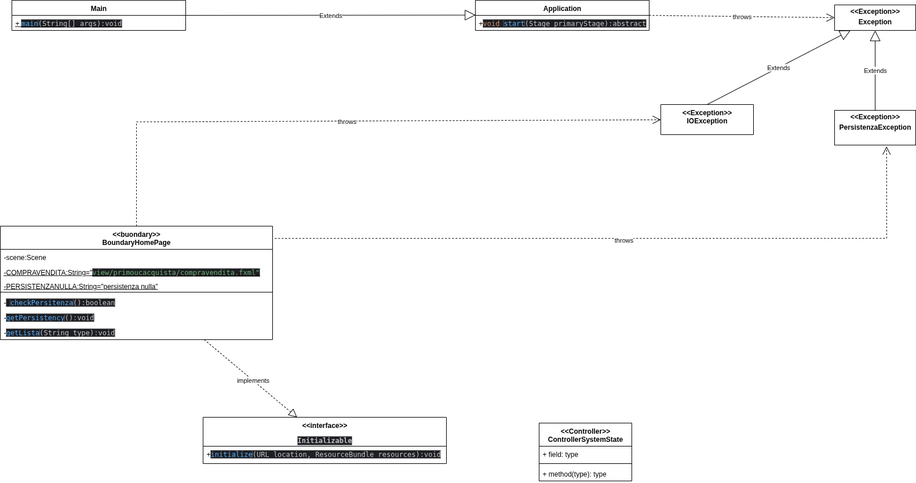
Above: VOPCVerificaDisponibilitaGiornale.drawio.png in ilciro/BookShopOnline25 (draw.io), before the change. Source tidied: cells renumbered, new cells last; positions are measured from the earlier drawing's top-left corner, leaving out a move shared by most shapes.
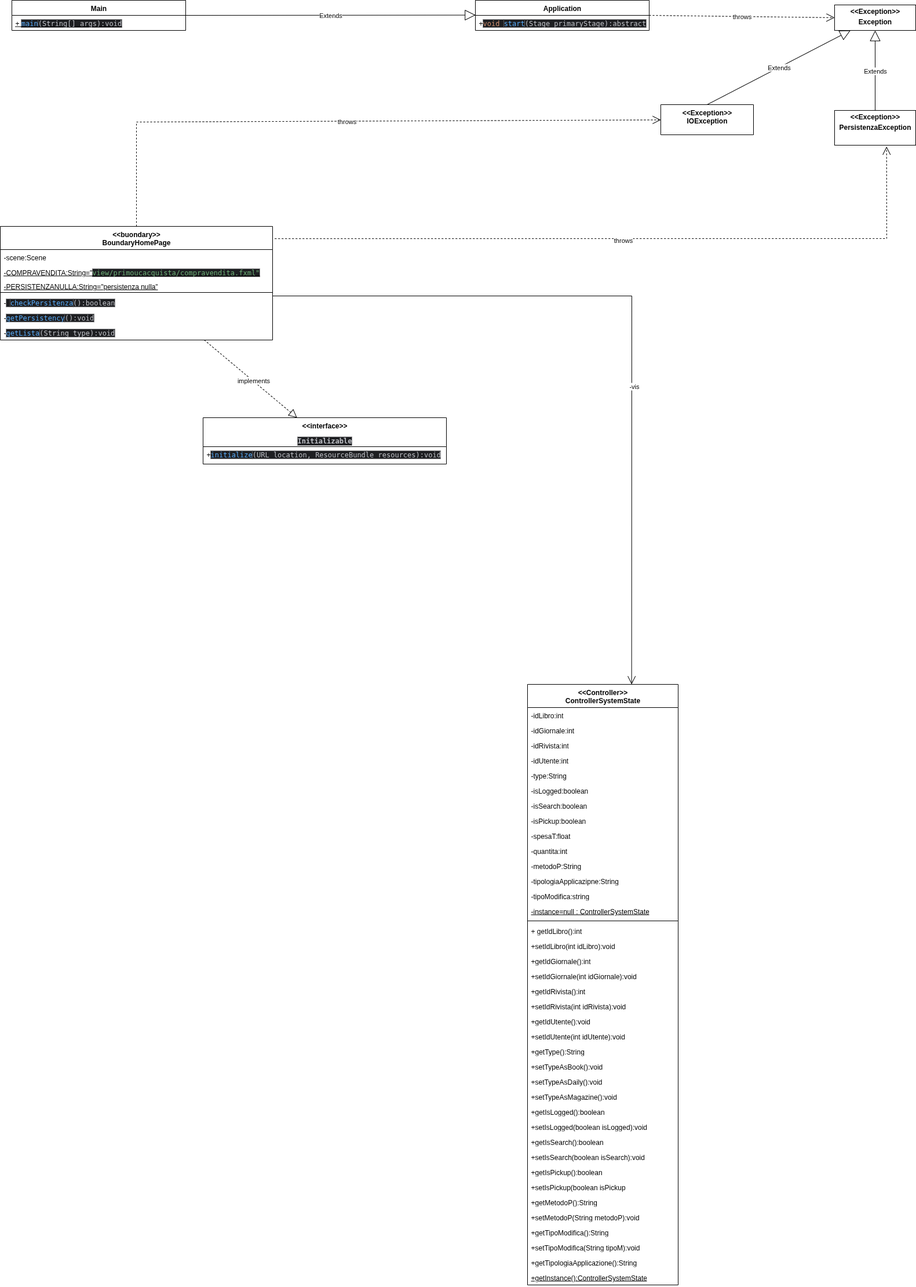
The same file after the commit.

Diff of the diagram source:
```diff
@@ -88,16 +88,135 @@
       </mxGeometry>
     </mxCell>
     <mxCell id="27" value="&amp;lt;&amp;lt;Controller&amp;gt;&amp;gt;&lt;div&gt;ControllerSystemState&lt;/div&gt;" style="swimlane;fontStyle=1;align=center;verticalAlign=top;horizontal=1;startSize=40;whiteSpace=wrap;html=1;" parent="1" vertex="1">
-      <mxGeometry x="930" y="730" width="160" height="100" as="geometry" />
+      <mxGeometry x="910" y="1180" width="260" height="1036" as="geometry" />
     </mxCell>
-    <mxCell id="28" value="+ field: type" style="text;strokeColor=none;fillColor=none;align=left;verticalAlign=top;spacingLeft=4;spacingRight=4;overflow=hidden;whiteSpace=wrap;html=1;" parent="27" vertex="1">
-      <mxGeometry y="40" width="160" height="26" as="geometry" />
+    <mxCell id="28" value="-&lt;span style=&quot;background-color: transparent; color: light-dark(rgb(0, 0, 0), rgb(255, 255, 255));&quot;&gt;idLibro:int&lt;/span&gt;&lt;div&gt;&lt;div&gt;&lt;br&gt;&lt;/div&gt;&lt;/div&gt;" style="text;strokeColor=none;fillColor=none;align=left;verticalAlign=top;spacingLeft=4;spacingRight=4;overflow=hidden;whiteSpace=wrap;html=1;" parent="27" vertex="1">
+      <mxGeometry y="40" width="260" height="26" as="geometry" />
     </mxCell>
+    <mxCell id="31" value="-idGiornale:int" style="text;strokeColor=none;fillColor=none;align=left;verticalAlign=top;spacingLeft=4;spacingRight=4;overflow=hidden;whiteSpace=wrap;html=1;" parent="27" vertex="1">
+      <mxGeometry y="66" width="260" height="26" as="geometry" />
+    </mxCell>
+    <mxCell id="32" value="-idRivista:int" style="text;strokeColor=none;fillColor=none;align=left;verticalAlign=top;spacingLeft=4;spacingRight=4;overflow=hidden;whiteSpace=wrap;html=1;" parent="27" vertex="1">
+      <mxGeometry y="92" width="260" height="26" as="geometry" />
+    </mxCell>
+    <mxCell id="33" value="-idUtente:int" style="text;strokeColor=none;fillColor=none;align=left;verticalAlign=top;spacingLeft=4;spacingRight=4;overflow=hidden;whiteSpace=wrap;html=1;" parent="27" vertex="1">
+      <mxGeometry y="118" width="260" height="26" as="geometry" />
+    </mxCell>
+    <mxCell id="34" value="-type:String&lt;div&gt;&lt;br&gt;&lt;/div&gt;" style="text;strokeColor=none;fillColor=none;align=left;verticalAlign=top;spacingLeft=4;spacingRight=4;overflow=hidden;whiteSpace=wrap;html=1;" parent="27" vertex="1">
+      <mxGeometry y="144" width="260" height="26" as="geometry" />
+    </mxCell>
+    <mxCell id="35" value="-isLogged:boolean&lt;div&gt;&lt;br&gt;&lt;/div&gt;" style="text;strokeColor=none;fillColor=none;align=left;verticalAlign=top;spacingLeft=4;spacingRight=4;overflow=hidden;whiteSpace=wrap;html=1;" parent="27" vertex="1">
+      <mxGeometry y="170" width="260" height="26" as="geometry" />
+    </mxCell>
+    <mxCell id="36" value="-isSearch:boolean" style="text;strokeColor=none;fillColor=none;align=left;verticalAlign=top;spacingLeft=4;spacingRight=4;overflow=hidden;whiteSpace=wrap;html=1;" parent="27" vertex="1">
+      <mxGeometry y="196" width="260" height="26" as="geometry" />
+    </mxCell>
+    <mxCell id="37" value="-isPickup:boolean" style="text;strokeColor=none;fillColor=none;align=left;verticalAlign=top;spacingLeft=4;spacingRight=4;overflow=hidden;whiteSpace=wrap;html=1;" parent="27" vertex="1">
+      <mxGeometry y="222" width="260" height="26" as="geometry" />
+    </mxCell>
+    <mxCell id="38" value="-spesaT:float" style="text;strokeColor=none;fillColor=none;align=left;verticalAlign=top;spacingLeft=4;spacingRight=4;overflow=hidden;whiteSpace=wrap;html=1;" parent="27" vertex="1">
+      <mxGeometry y="248" width="260" height="26" as="geometry" />
+    </mxCell>
+    <mxCell id="39" value="-quantita:int" style="text;strokeColor=none;fillColor=none;align=left;verticalAlign=top;spacingLeft=4;spacingRight=4;overflow=hidden;whiteSpace=wrap;html=1;" parent="27" vertex="1">
+      <mxGeometry y="274" width="260" height="26" as="geometry" />
+    </mxCell>
+    <mxCell id="40" value="-metodoP:String" style="text;strokeColor=none;fillColor=none;align=left;verticalAlign=top;spacingLeft=4;spacingRight=4;overflow=hidden;whiteSpace=wrap;html=1;" parent="27" vertex="1">
+      <mxGeometry y="300" width="260" height="26" as="geometry" />
+    </mxCell>
+    <mxCell id="41" value="-tipologiaApplicazipne:String" style="text;strokeColor=none;fillColor=none;align=left;verticalAlign=top;spacingLeft=4;spacingRight=4;overflow=hidden;whiteSpace=wrap;html=1;" parent="27" vertex="1">
+      <mxGeometry y="326" width="260" height="26" as="geometry" />
+    </mxCell>
+    <mxCell id="42" value="-tipoModifica:string" style="text;strokeColor=none;fillColor=none;align=left;verticalAlign=top;spacingLeft=4;spacingRight=4;overflow=hidden;whiteSpace=wrap;html=1;" parent="27" vertex="1">
+      <mxGeometry y="352" width="260" height="26" as="geometry" />
+    </mxCell>
+    <mxCell id="43" value="&lt;u&gt;-instance=null : ControllerSystemState&lt;/u&gt;" style="text;strokeColor=none;fillColor=none;align=left;verticalAlign=top;spacingLeft=4;spacingRight=4;overflow=hidden;whiteSpace=wrap;html=1;" parent="27" vertex="1">
+      <mxGeometry y="378" width="260" height="26" as="geometry" />
+    </mxCell>
     <mxCell id="29" style="line;strokeWidth=1;fillColor=none;align=left;verticalAlign=middle;spacingTop=-1;spacingLeft=3;spacingRight=3;labelPosition=right;strokeColor=inherit;" parent="27" vertex="1">
-      <mxGeometry y="66" width="160" height="8" as="geometry" />
+      <mxGeometry y="404" width="260" height="8" as="geometry" />
     </mxCell>
-    <mxCell id="30" value="+ method(type): type" style="text;strokeColor=none;fillColor=none;align=left;verticalAlign=top;spacingLeft=4;spacingRight=4;overflow=hidden;whiteSpace=wrap;html=1;" parent="27" vertex="1">
-      <mxGeometry y="74" width="160" height="26" as="geometry" />
+    <mxCell id="30" value="+ getIdLibro():int" style="text;strokeColor=none;fillColor=none;align=left;verticalAlign=top;spacingLeft=4;spacingRight=4;overflow=hidden;whiteSpace=wrap;html=1;" parent="27" vertex="1">
+      <mxGeometry y="412" width="260" height="26" as="geometry" />
     </mxCell>
+    <mxCell id="44" value="+setIdLibro(int idLibro):void" style="text;strokeColor=none;fillColor=none;align=left;verticalAlign=top;spacingLeft=4;spacingRight=4;overflow=hidden;whiteSpace=wrap;html=1;" parent="27" vertex="1">
+      <mxGeometry y="438" width="260" height="26" as="geometry" />
+    </mxCell>
+    <mxCell id="45" value="+getIdGiornale():int" style="text;strokeColor=none;fillColor=none;align=left;verticalAlign=top;spacingLeft=4;spacingRight=4;overflow=hidden;whiteSpace=wrap;html=1;" parent="27" vertex="1">
+      <mxGeometry y="464" width="260" height="26" as="geometry" />
+    </mxCell>
+    <mxCell id="46" value="+setIdGiornale(int idGiornale):void" style="text;strokeColor=none;fillColor=none;align=left;verticalAlign=top;spacingLeft=4;spacingRight=4;overflow=hidden;whiteSpace=wrap;html=1;" parent="27" vertex="1">
+      <mxGeometry y="490" width="260" height="26" as="geometry" />
+    </mxCell>
+    <mxCell id="47" value="+getIdRivista():int" style="text;strokeColor=none;fillColor=none;align=left;verticalAlign=top;spacingLeft=4;spacingRight=4;overflow=hidden;whiteSpace=wrap;html=1;" parent="27" vertex="1">
+      <mxGeometry y="516" width="260" height="26" as="geometry" />
+    </mxCell>
+    <mxCell id="48" value="+setIdRivista(int idRivista):void" style="text;strokeColor=none;fillColor=none;align=left;verticalAlign=top;spacingLeft=4;spacingRight=4;overflow=hidden;whiteSpace=wrap;html=1;" parent="27" vertex="1">
+      <mxGeometry y="542" width="260" height="26" as="geometry" />
+    </mxCell>
+    <mxCell id="49" value="+getIdUtente():void" style="text;strokeColor=none;fillColor=none;align=left;verticalAlign=top;spacingLeft=4;spacingRight=4;overflow=hidden;whiteSpace=wrap;html=1;" parent="27" vertex="1">
+      <mxGeometry y="568" width="260" height="26" as="geometry" />
+    </mxCell>
+    <mxCell id="50" value="+setIdUtente(int idUtente):void" style="text;strokeColor=none;fillColor=none;align=left;verticalAlign=top;spacingLeft=4;spacingRight=4;overflow=hidden;whiteSpace=wrap;html=1;" parent="27" vertex="1">
+      <mxGeometry y="594" width="260" height="26" as="geometry" />
+    </mxCell>
+    <mxCell id="51" value="+getType():String" style="text;strokeColor=none;fillColor=none;align=left;verticalAlign=top;spacingLeft=4;spacingRight=4;overflow=hidden;whiteSpace=wrap;html=1;" parent="27" vertex="1">
+      <mxGeometry y="620" width="260" height="26" as="geometry" />
+    </mxCell>
+    <mxCell id="52" value="+setTypeAsBook():void" style="text;strokeColor=none;fillColor=none;align=left;verticalAlign=top;spacingLeft=4;spacingRight=4;overflow=hidden;whiteSpace=wrap;html=1;" parent="27" vertex="1">
+      <mxGeometry y="646" width="260" height="26" as="geometry" />
+    </mxCell>
+    <mxCell id="53" value="+setTypeAsDaily():void" style="text;strokeColor=none;fillColor=none;align=left;verticalAlign=top;spacingLeft=4;spacingRight=4;overflow=hidden;whiteSpace=wrap;html=1;" parent="27" vertex="1">
+      <mxGeometry y="672" width="260" height="26" as="geometry" />
+    </mxCell>
+    <mxCell id="54" value="+setTypeAsMagazine():void" style="text;strokeColor=none;fillColor=none;align=left;verticalAlign=top;spacingLeft=4;spacingRight=4;overflow=hidden;whiteSpace=wrap;html=1;" parent="27" vertex="1">
+      <mxGeometry y="698" width="260" height="26" as="geometry" />
+    </mxCell>
+    <mxCell id="55" value="+getIsLogged():boolean" style="text;strokeColor=none;fillColor=none;align=left;verticalAlign=top;spacingLeft=4;spacingRight=4;overflow=hidden;whiteSpace=wrap;html=1;" parent="27" vertex="1">
+      <mxGeometry y="724" width="260" height="26" as="geometry" />
+    </mxCell>
+    <mxCell id="56" value="+setIsLogged(boolean isLogged):void" style="text;strokeColor=none;fillColor=none;align=left;verticalAlign=top;spacingLeft=4;spacingRight=4;overflow=hidden;whiteSpace=wrap;html=1;" parent="27" vertex="1">
+      <mxGeometry y="750" width="260" height="26" as="geometry" />
+    </mxCell>
+    <mxCell id="57" value="+getIsSearch():boolean" style="text;strokeColor=none;fillColor=none;align=left;verticalAlign=top;spacingLeft=4;spacingRight=4;overflow=hidden;whiteSpace=wrap;html=1;" parent="27" vertex="1">
+      <mxGeometry y="776" width="260" height="26" as="geometry" />
+    </mxCell>
+    <mxCell id="58" value="+setIsSearch(boolean isSearch):void" style="text;strokeColor=none;fillColor=none;align=left;verticalAlign=top;spacingLeft=4;spacingRight=4;overflow=hidden;whiteSpace=wrap;html=1;" parent="27" vertex="1">
+      <mxGeometry y="802" width="260" height="26" as="geometry" />
+    </mxCell>
+    <mxCell id="59" value="+getIsPickup():boolean" style="text;strokeColor=none;fillColor=none;align=left;verticalAlign=top;spacingLeft=4;spacingRight=4;overflow=hidden;whiteSpace=wrap;html=1;" parent="27" vertex="1">
+      <mxGeometry y="828" width="260" height="26" as="geometry" />
+    </mxCell>
+    <mxCell id="60" value="+setIsPickup(boolean isPickup" style="text;strokeColor=none;fillColor=none;align=left;verticalAlign=top;spacingLeft=4;spacingRight=4;overflow=hidden;whiteSpace=wrap;html=1;" parent="27" vertex="1">
+      <mxGeometry y="854" width="260" height="26" as="geometry" />
+    </mxCell>
+    <mxCell id="61" value="+getMetodoP():String" style="text;strokeColor=none;fillColor=none;align=left;verticalAlign=top;spacingLeft=4;spacingRight=4;overflow=hidden;whiteSpace=wrap;html=1;" parent="27" vertex="1">
+      <mxGeometry y="880" width="260" height="26" as="geometry" />
+    </mxCell>
+    <mxCell id="62" value="+setMetodoP(String metodoP):void" style="text;strokeColor=none;fillColor=none;align=left;verticalAlign=top;spacingLeft=4;spacingRight=4;overflow=hidden;whiteSpace=wrap;html=1;" parent="27" vertex="1">
+      <mxGeometry y="906" width="260" height="26" as="geometry" />
+    </mxCell>
+    <mxCell id="63" value="+getTipoModifica():String" style="text;strokeColor=none;fillColor=none;align=left;verticalAlign=top;spacingLeft=4;spacingRight=4;overflow=hidden;whiteSpace=wrap;html=1;" parent="27" vertex="1">
+      <mxGeometry y="932" width="260" height="26" as="geometry" />
+    </mxCell>
+    <mxCell id="64" value="+setTipoModifica(String tipoM):void" style="text;strokeColor=none;fillColor=none;align=left;verticalAlign=top;spacingLeft=4;spacingRight=4;overflow=hidden;whiteSpace=wrap;html=1;" parent="27" vertex="1">
+      <mxGeometry y="958" width="260" height="26" as="geometry" />
+    </mxCell>
+    <mxCell id="65" value="+getTipologiaApplicazione():String" style="text;strokeColor=none;fillColor=none;align=left;verticalAlign=top;spacingLeft=4;spacingRight=4;overflow=hidden;whiteSpace=wrap;html=1;" parent="27" vertex="1">
+      <mxGeometry y="984" width="260" height="26" as="geometry" />
+    </mxCell>
+    <mxCell id="66" value="&lt;u&gt;+getInstance():ControllerSystemState&lt;/u&gt;" style="text;strokeColor=none;fillColor=none;align=left;verticalAlign=top;spacingLeft=4;spacingRight=4;overflow=hidden;whiteSpace=wrap;html=1;" parent="27" vertex="1">
+      <mxGeometry y="1010" width="260" height="26" as="geometry" />
+    </mxCell>
+    <mxCell id="67" style="endArrow=open;endFill=1;endSize=12;html=1;rounded=0;entryX=0.691;entryY=0;entryDx=0;entryDy=0;entryPerimeter=0;" parent="1" edge="1" target="27">
+      <mxGeometry relative="1" as="geometry">
+        <mxPoint x="470" y="510" as="sourcePoint" />
+        <Array as="points">
+          <mxPoint x="1090" y="510" />
+        </Array>
+      </mxGeometry>
+    </mxCell>
+    <mxCell id="68" value="-vis" style="edgeLabel;html=1;align=center;verticalAlign=middle;" parent="67" vertex="1">
+      <mxGeometry x="0.2" y="3" relative="1" as="geometry" />
+    </mxCell>
   </root>
 </mxGraphModel>
```
